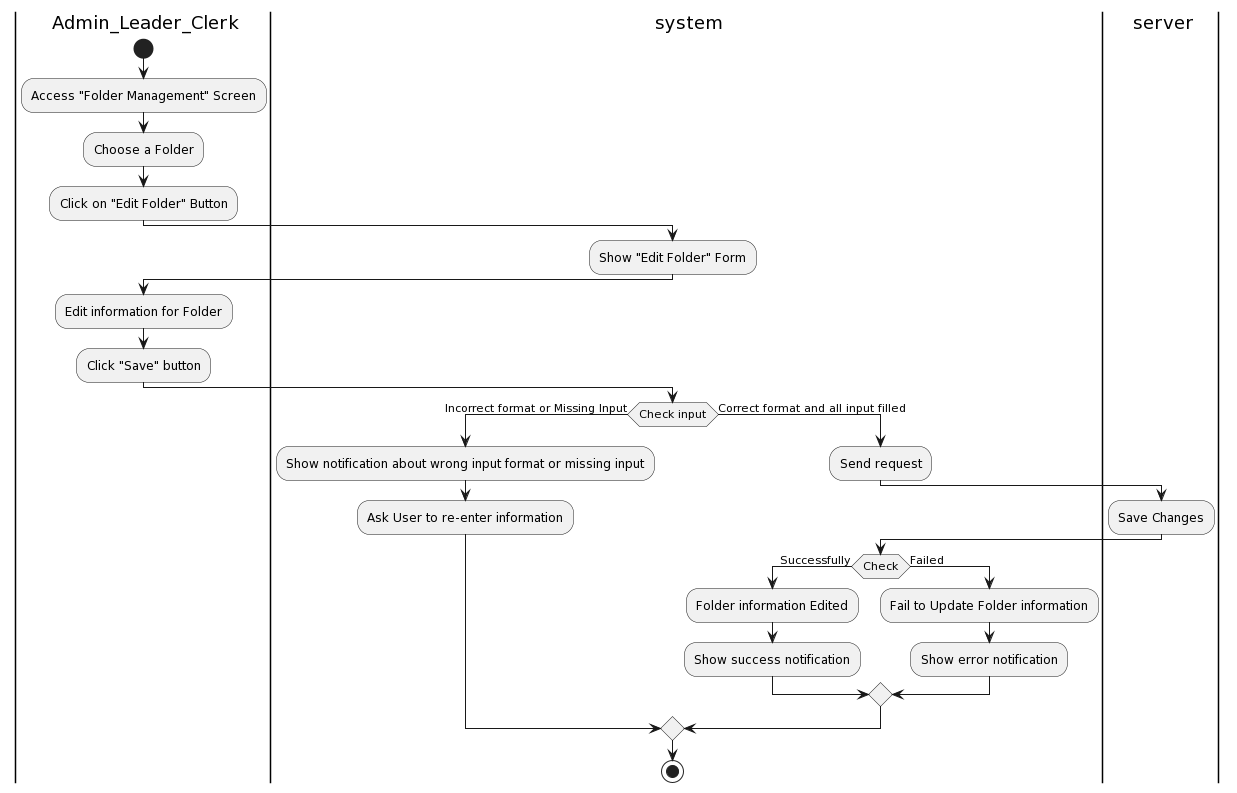
The PlantUML diagram Lab1/Lab1.2/Activity Diagram/Folder/EditFolderinformation/EditFolderinformation.png in khoapham1003/SE357-Pratice-class, before a commit.
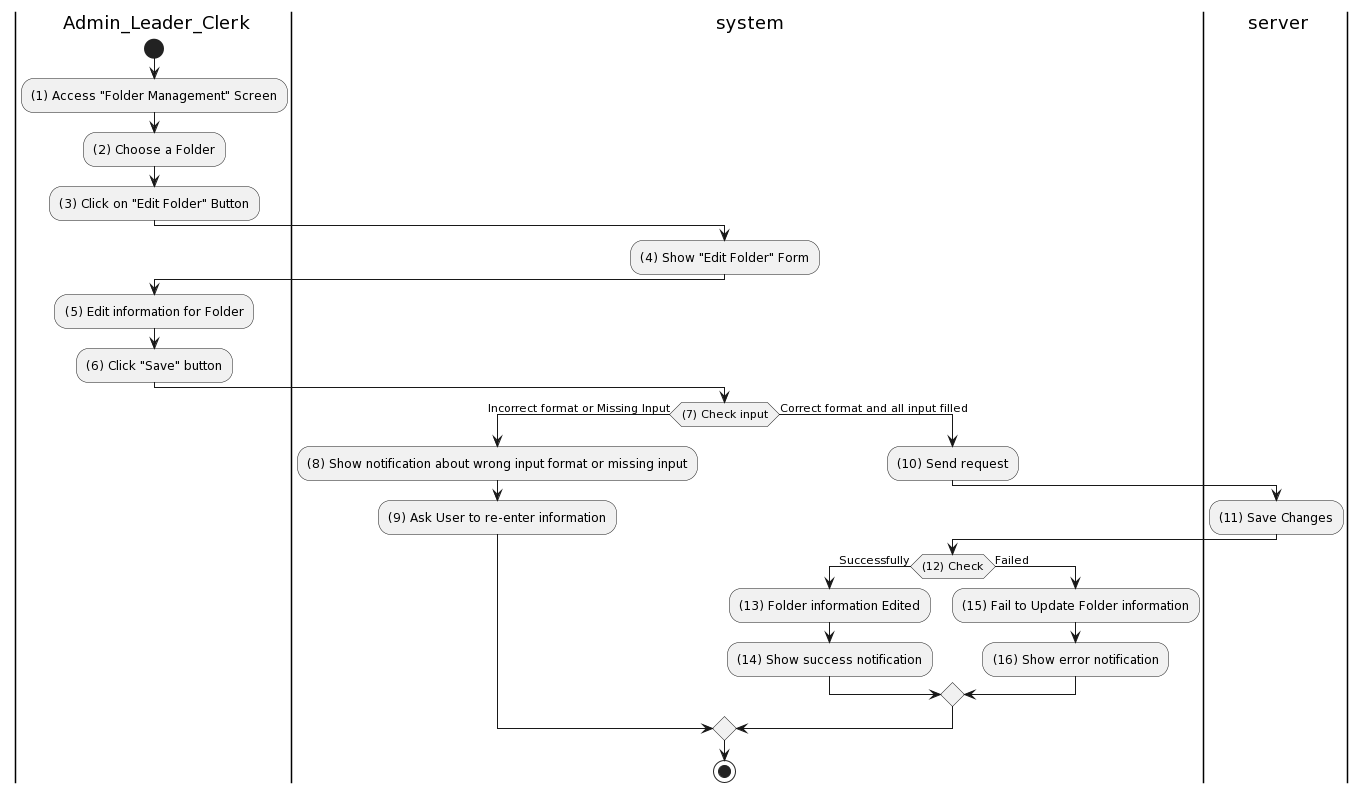
After the change.

The edit, as a diff of the source:
```diff
@@ -4,31 +4,31 @@
 |ser| server
 |a|
 start
-:Access "Folder Management" Screen;
-:Choose a Folder;
-:Click on "Edit Folder" Button;
+:(1) Access "Folder Management" Screen;
+:(2) Choose a Folder;
+:(3) Click on "Edit Folder" Button;
 |sys|
-:Show "Edit Folder" Form;
+:(4) Show "Edit Folder" Form;
 |a|
-:Edit information for Folder;
-:Click "Save" button;
+:(5) Edit information for Folder;
+:(6) Click "Save" button;
 |sys|
 |sys|
-if (Check input) then (Incorrect format or Missing Input)
-:Show notification about wrong input format or missing input;
-:Ask User to re-enter information;
+if ((7) Check input) then (Incorrect format or Missing Input)
+:(8) Show notification about wrong input format or missing input;
+:(9) Ask User to re-enter information;
 else (Correct format and all input filled)
 |sys|
-:Send request;
+:(10) Send request;
 |ser|
-:Save Changes;
+:(11) Save Changes;
 |sys|
-if(Check) then (Successfully)
-:Folder information Edited;
-:Show success notification;
+if((12) Check) then (Successfully)
+:(13) Folder information Edited;
+:(14) Show success notification;
 else (Failed)
-:Fail to Update Folder information;
-:Show error notification;
+:(15) Fail to Update Folder information;
+:(16) Show error notification;
 endif
 endif
 
```
